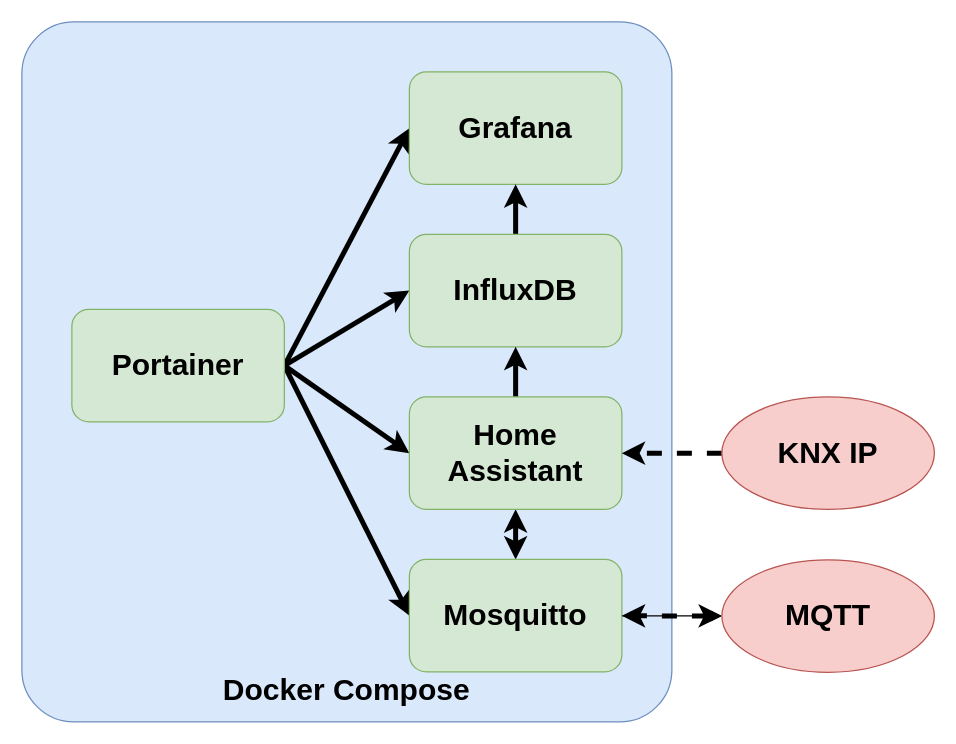
CrashTheEmperor/BP keeps this draw.io diagram as drawio/stack.drawio. Above is the earlier version. Source tidied: cells renumbered, new cells numbered last; positions are measured from the earlier drawing's top-left corner, leaving out a move shared by most shapes. Both pictures are drawn from the tidied source at 125%, with x=0, y=0 at pixel (21, 21).
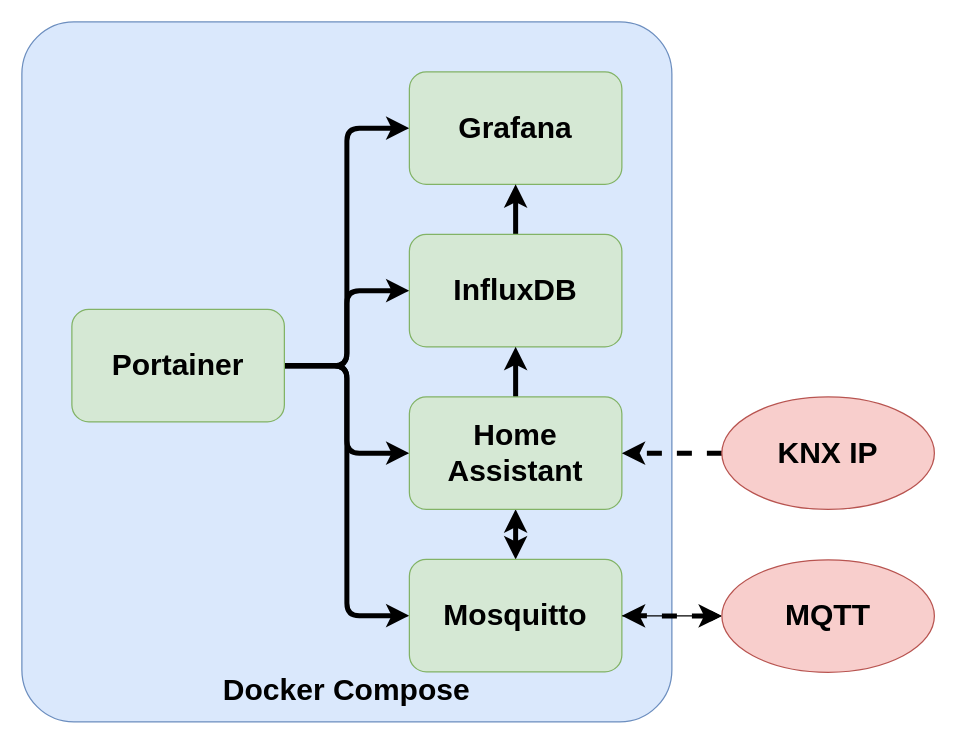
Above is the later version.

Commit message (it also covers changes not shown here):
refactor: update edge styles in drawio diagram for clarity

Diff of the diagram source:
```diff
@@
 <mxGraphModel>
   <root>
     <mxCell id="0" />
     <mxCell id="1" parent="0" />
     <mxCell id="2" value="&lt;h1 style=&quot;margin-bottom: 0px; margin-top: 510px; margin-right: 0px;&quot;&gt;Docker Compose&lt;/h1&gt;" style="rounded=1;whiteSpace=wrap;html=1;fillColor=#dae8fc;strokeColor=#6c8ebf;arcSize=8;" parent="1" vertex="1">
       <mxGeometry width="520" height="560" as="geometry" />
     </mxCell>
-    <mxCell id="3" style="edgeStyle=none;html=1;exitX=1;exitY=0.5;exitDx=0;exitDy=0;entryX=0;entryY=0.5;entryDx=0;entryDy=0;fontSize=11;strokeWidth=4;" parent="1" edge="1" source="7" target="10">
+    <mxCell id="3" style="edgeStyle=orthogonalEdgeStyle;html=1;exitX=1;exitY=0.5;exitDx=0;exitDy=0;entryX=0;entryY=0.5;entryDx=0;entryDy=0;fontSize=11;strokeWidth=4;" parent="1" edge="1" source="7" target="10">
       <mxGeometry relative="1" as="geometry" />
     </mxCell>
-    <mxCell id="4" style="edgeStyle=none;html=1;exitX=1;exitY=0.5;exitDx=0;exitDy=0;entryX=0;entryY=0.5;entryDx=0;entryDy=0;fontSize=11;strokeWidth=4;" parent="1" edge="1" source="7" target="13">
+    <mxCell id="4" style="edgeStyle=orthogonalEdgeStyle;html=1;exitX=1;exitY=0.5;exitDx=0;exitDy=0;entryX=0;entryY=0.5;entryDx=0;entryDy=0;fontSize=11;strokeWidth=4;" parent="1" edge="1" source="7" target="13">
       <mxGeometry relative="1" as="geometry" />
     </mxCell>
-    <mxCell id="5" style="edgeStyle=none;html=1;exitX=1;exitY=0.5;exitDx=0;exitDy=0;entryX=0;entryY=0.5;entryDx=0;entryDy=0;fontSize=11;strokeWidth=4;" parent="1" edge="1" source="7" target="8">
+    <mxCell id="5" style="edgeStyle=orthogonalEdgeStyle;html=1;exitX=1;exitY=0.5;exitDx=0;exitDy=0;entryX=0;entryY=0.5;entryDx=0;entryDy=0;fontSize=11;strokeWidth=4;" parent="1" edge="1" source="7" target="8">
       <mxGeometry relative="1" as="geometry" />
     </mxCell>
-    <mxCell id="6" style="edgeStyle=none;html=1;exitX=1;exitY=0.5;exitDx=0;exitDy=0;entryX=0;entryY=0.5;entryDx=0;entryDy=0;fontSize=11;strokeWidth=4;" parent="1" edge="1" source="7" target="15">
+    <mxCell id="6" style="edgeStyle=orthogonalEdgeStyle;html=1;exitX=1;exitY=0.5;exitDx=0;exitDy=0;entryX=0;entryY=0.5;entryDx=0;entryDy=0;fontSize=11;strokeWidth=4;" parent="1" edge="1" source="7" target="15">
       <mxGeometry relative="1" as="geometry" />
     </mxCell>
     <mxCell id="7" value="&lt;h1&gt;Portainer&lt;/h1&gt;" style="rounded=1;whiteSpace=wrap;html=1;fillColor=#d5e8d4;strokeColor=#82b366;" parent="1" vertex="1">
       <mxGeometry x="40" y="230" width="170" height="90" as="geometry" />
     </mxCell>
     <mxCell id="8" value="&lt;h1&gt;Grafana&lt;/h1&gt;" style="rounded=1;whiteSpace=wrap;html=1;fillColor=#d5e8d4;strokeColor=#82b366;" parent="1" vertex="1">
       <mxGeometry x="310" y="40" width="170" height="90" as="geometry" />
     </mxCell>
     <mxCell id="9" style="edgeStyle=none;html=1;fontSize=11;strokeWidth=4;" parent="1" edge="1" source="10" target="8">
       <mxGeometry relative="1" as="geometry" />
     </mxCell>
     <mxCell id="10" value="&lt;h1&gt;InfluxDB&lt;/h1&gt;" style="rounded=1;whiteSpace=wrap;html=1;fillColor=#d5e8d4;strokeColor=#82b366;" parent="1" vertex="1">
       <mxGeometry x="310" y="170" width="170" height="90" as="geometry" />
     </mxCell>
     <mxCell id="11" style="edgeStyle=none;html=1;fontSize=11;strokeWidth=4;" parent="1" edge="1" source="13" target="10">
       <mxGeometry relative="1" as="geometry" />
     </mxCell>
     <mxCell id="12" style="edgeStyle=none;html=1;startArrow=classic;startFill=1;fontSize=11;strokeWidth=4;" parent="1" edge="1" source="13" target="15">
       <mxGeometry relative="1" as="geometry" />
     </mxCell>
     <mxCell id="13" value="&lt;h1&gt;Home Assistant&lt;/h1&gt;" style="rounded=1;whiteSpace=wrap;html=1;fillColor=#d5e8d4;strokeColor=#82b366;" parent="1" vertex="1">
       <mxGeometry x="310" y="300" width="170" height="90" as="geometry" />
     </mxCell>
     <mxCell id="14" style="edgeStyle=none;html=1;" parent="1" edge="1" source="15" target="19">
       <mxGeometry relative="1" as="geometry" />
     </mxCell>
     <mxCell id="15" value="&lt;h1&gt;Mosquitto&lt;/h1&gt;" style="rounded=1;whiteSpace=wrap;html=1;fillColor=#d5e8d4;strokeColor=#82b366;" parent="1" vertex="1">
       <mxGeometry x="310" y="430" width="170" height="90" as="geometry" />
     </mxCell>
     <mxCell id="16" style="edgeStyle=none;html=1;startArrow=classic;startFill=1;fontSize=11;strokeWidth=4;dashed=1;exitX=0;exitY=0.5;exitDx=0;exitDy=0;" parent="1" edge="1" source="19" target="15">
       <mxGeometry relative="1" as="geometry" />
     </mxCell>
     <mxCell id="17" style="edgeStyle=none;html=1;fontSize=11;strokeWidth=4;dashed=1;exitX=0;exitY=0.5;exitDx=0;exitDy=0;" parent="1" edge="1" source="18" target="13">
       <mxGeometry relative="1" as="geometry" />
     </mxCell>
     <mxCell id="18" value="&lt;h1&gt;KNX IP&lt;/h1&gt;" style="ellipse;whiteSpace=wrap;html=1;fillColor=#f8cecc;strokeColor=#b85450;" parent="1" vertex="1">
       <mxGeometry x="560" y="300" width="170" height="90" as="geometry" />
     </mxCell>
     <mxCell id="19" value="&lt;h1&gt;MQTT&lt;/h1&gt;" style="ellipse;whiteSpace=wrap;html=1;fillColor=#f8cecc;strokeColor=#b85450;" parent="1" vertex="1">
       <mxGeometry x="560" y="430.3" width="170" height="90" as="geometry" />
     </mxCell>
   </root>
 </mxGraphModel>
```
